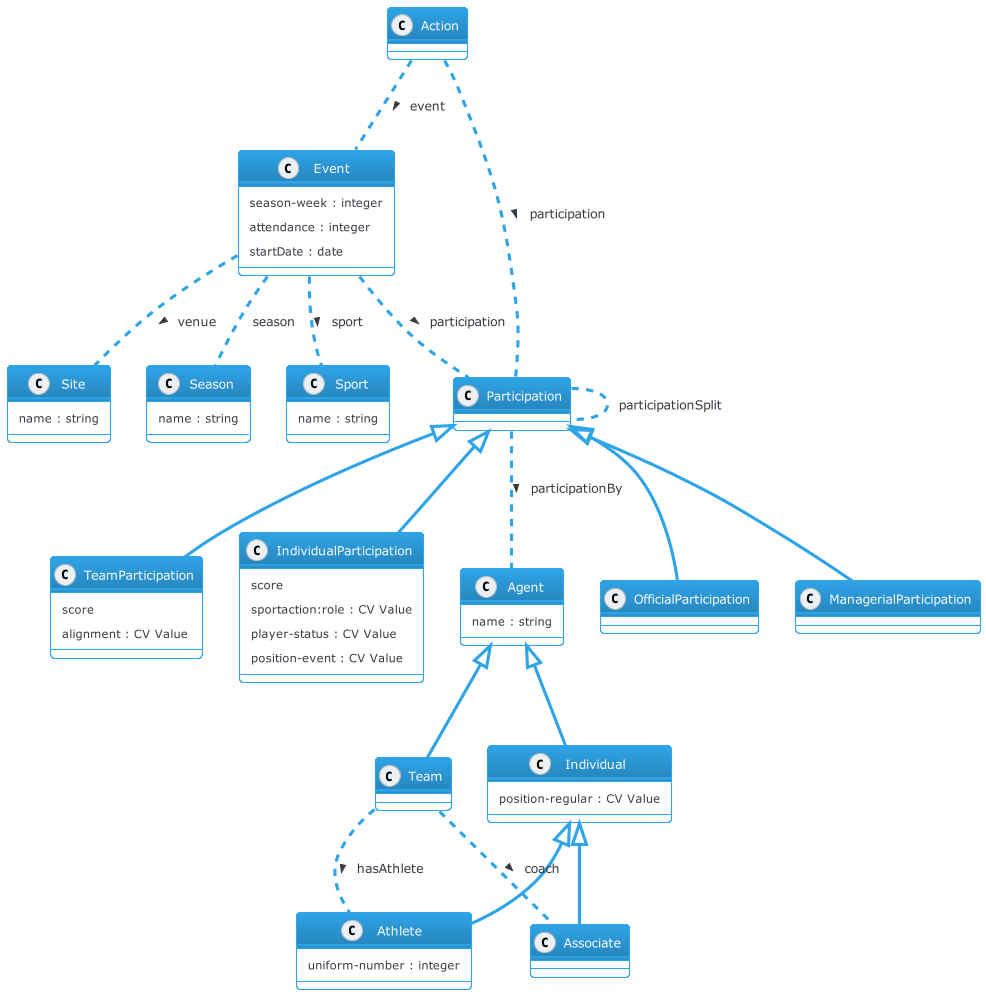
iptc/sport-schema keeps this PlantUML diagram as docs/diagrams/iptc-sport-model.png. Above is the earlier version.
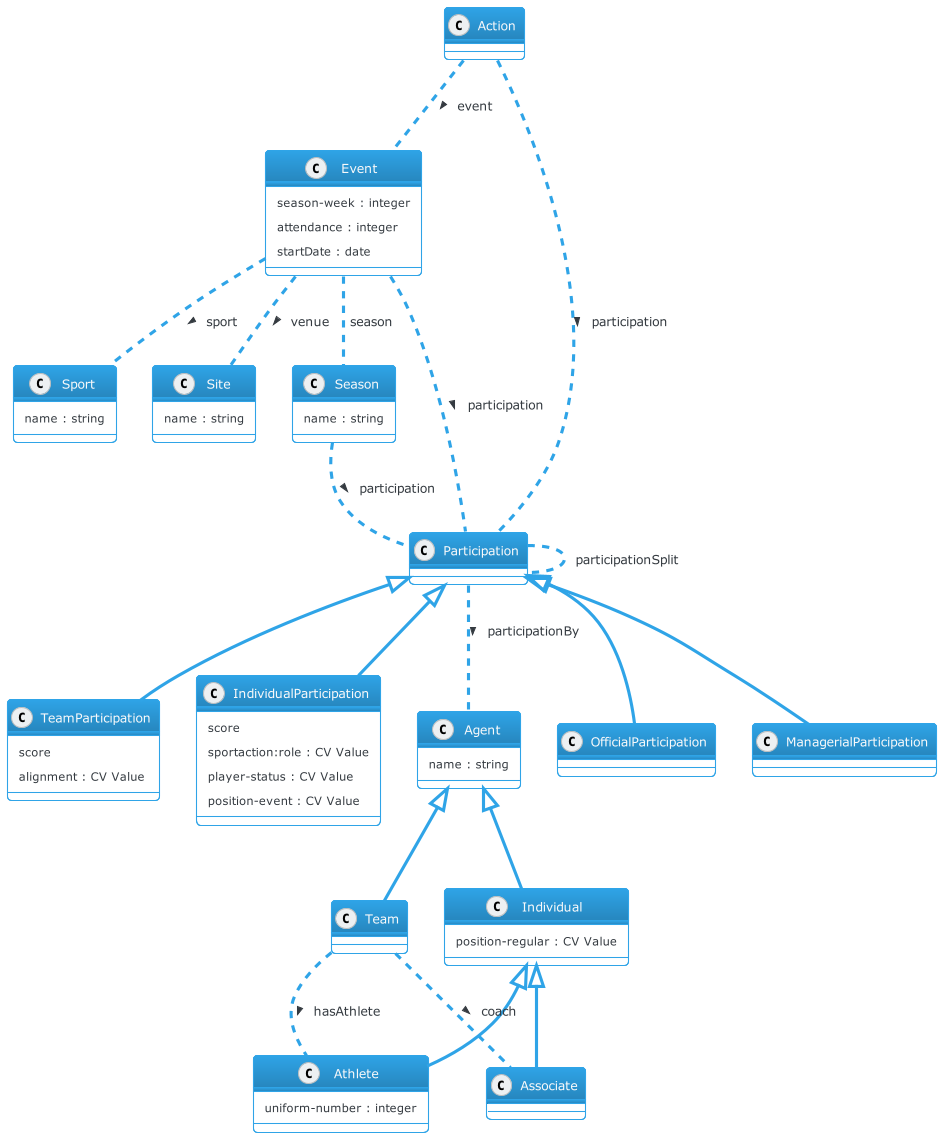
After the commit.

Commit message:
Adding seaon participation, Paul noticed it was missing

What changed in the source:
```diff
@@ -54,6 +54,7 @@
 Event .. Sport : > sport
 Event .. Participation : > participation
 Event .. Season : season
+Season .. Participation : > participation
 Participation .. Participation : participationSplit
 Participation .. Agent : > participationBy
 Event .. Site :  > venue
```
